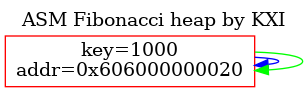
Above: fib_heap.png in kxigor/FibHeap (Graphviz), before the change. Its source is kept beside it as fib_heap.dot. Its diagram source:
```dot
digraph G {
labelloc="t"
label="ASM Fibonacci heap by KXI"
rankdir=TB;
node [shape=box];
{ rank=same; n0x606000000020 [label="key=1000
addr=0x606000000020"];
n0x606000000020 [color=red];
n0x606000000020 -> n0x606000000020 [color=blue];
n0x606000000020 -> n0x606000000020 [color=green];
}
}
```
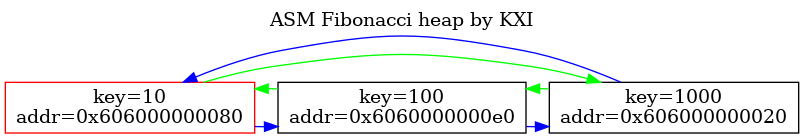
After the commit.

What changed in the source:
```diff
@@ -3,10 +3,18 @@
 label="ASM Fibonacci heap by KXI"
 rankdir=TB;
 node [shape=box];
-{ rank=same; n0x606000000020 [label="key=1000
+{ rank=same; n0x606000000080 [label="key=10
+addr=0x606000000080"];
+n0x606000000080 [color=red];
+n0x606000000080 -> n0x6060000000e0 [color=blue];
+n0x606000000080 -> n0x606000000020 [color=green];
+n0x6060000000e0 [label="key=100
+addr=0x6060000000e0"];
+n0x6060000000e0 -> n0x606000000020 [color=blue];
+n0x6060000000e0 -> n0x606000000080 [color=green];
+n0x606000000020 [label="key=1000
 addr=0x606000000020"];
-n0x606000000020 [color=red];
-n0x606000000020 -> n0x606000000020 [color=blue];
-n0x606000000020 -> n0x606000000020 [color=green];
+n0x606000000020 -> n0x606000000080 [color=blue];
+n0x606000000020 -> n0x6060000000e0 [color=green];
 }
 }
```
